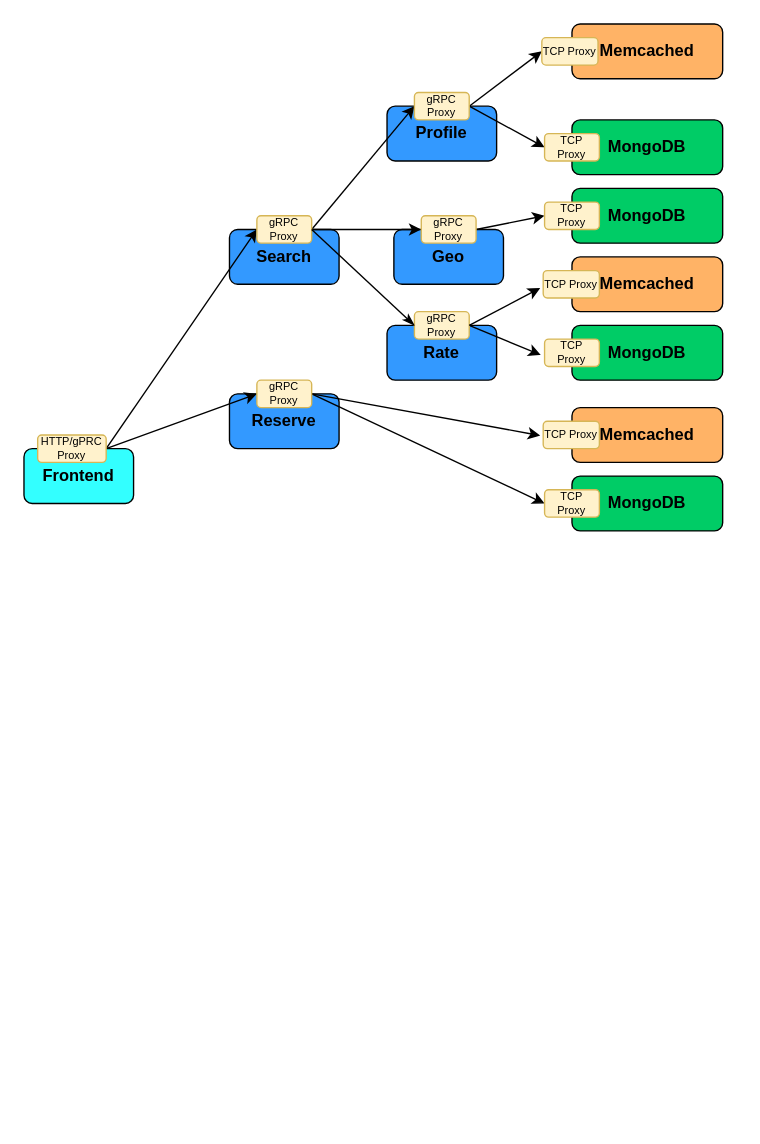
The draw.io diagram hotelReservation/hotel_call_graph.drawio in Romero027/DeathStarBench, before the edit. Source tidied: cells renumbered, new cells numbered last; positions are measured from the earlier drawing's top-left corner, leaving out a move shared by most shapes. Both pictures are drawn from the tidied source at 137%, with x=0, y=0 at pixel (23, 23).
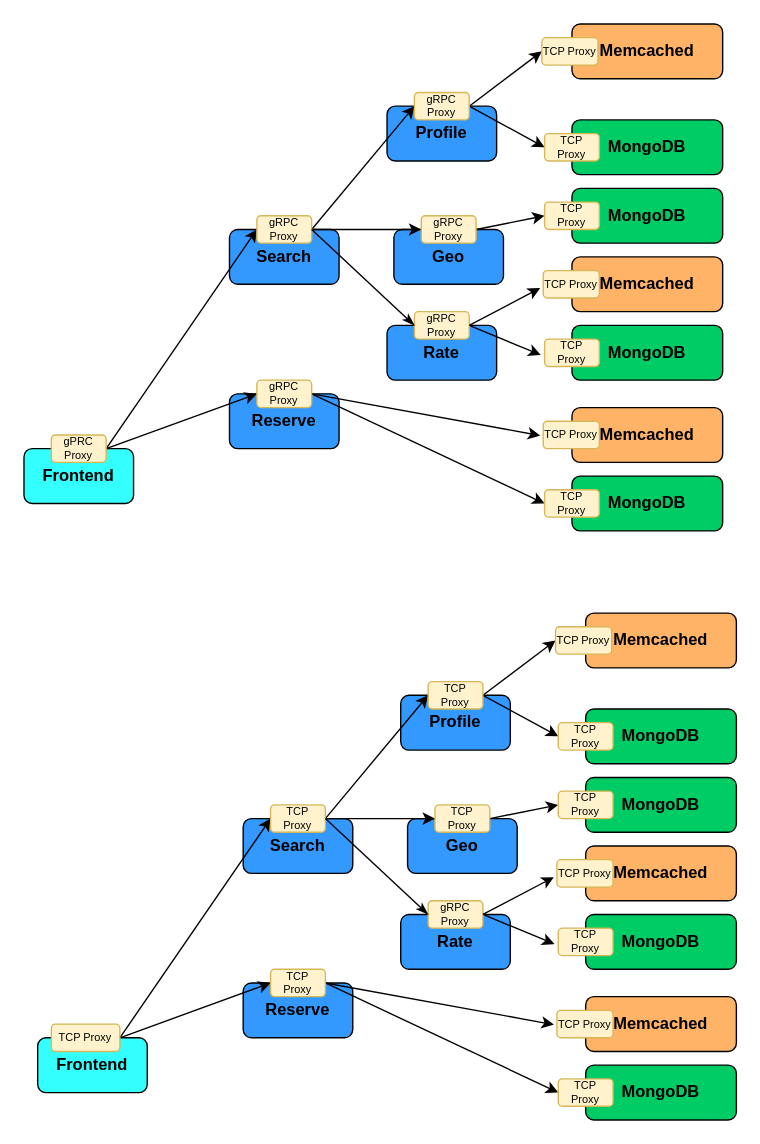
The same page after the edit.

What changed in the source:
```diff
@@
-    <mxCell id="26" value="&lt;font style=&quot;font-size: 8px&quot;&gt;HTTP/gPRC Proxy&lt;/font&gt;" style="rounded=1;whiteSpace=wrap;html=1;fontSize=7;fillColor=#fff2cc;strokeColor=#d6b656;" parent="1" vertex="1">
-      <mxGeometry x="10" y="300" width="50" height="20" as="geometry" />
+    <mxCell id="26" value="&lt;font style=&quot;font-size: 8px&quot;&gt;gPRC &lt;br&gt;Proxy&lt;/font&gt;" style="rounded=1;whiteSpace=wrap;html=1;fontSize=7;fillColor=#fff2cc;strokeColor=#d6b656;" parent="1" vertex="1">
+      <mxGeometry x="20" y="300" width="40" height="20" as="geometry" />
     </mxCell>
@@
+    <mxCell id="41" value="&lt;b&gt;Reserve&lt;/b&gt;" style="rounded=1;whiteSpace=wrap;html=1;fillColor=#3399FF;" parent="1" vertex="1">
+      <mxGeometry x="160" y="700" width="80" height="40" as="geometry" />
+    </mxCell>
+    <mxCell id="42" value="&lt;b&gt;Rate&lt;/b&gt;" style="rounded=1;whiteSpace=wrap;html=1;fillColor=#3399FF;" parent="1" vertex="1">
+      <mxGeometry x="275" y="650" width="80" height="40" as="geometry" />
+    </mxCell>
+    <mxCell id="43" value="&lt;b&gt;Profile&lt;/b&gt;" style="rounded=1;whiteSpace=wrap;html=1;fillColor=#3399FF;" parent="1" vertex="1">
+      <mxGeometry x="275" y="490" width="80" height="40" as="geometry" />
+    </mxCell>
+    <mxCell id="44" value="&lt;b&gt;Geo&lt;/b&gt;" style="rounded=1;whiteSpace=wrap;html=1;fillColor=#3399FF;" parent="1" vertex="1">
+      <mxGeometry x="280" y="580" width="80" height="40" as="geometry" />
+    </mxCell>
+    <mxCell id="45" value="&lt;b&gt;Search&lt;/b&gt;" style="rounded=1;whiteSpace=wrap;html=1;fillColor=#3399FF;" parent="1" vertex="1">
+      <mxGeometry x="160" y="580" width="80" height="40" as="geometry" />
+    </mxCell>
+    <mxCell id="46" style="edgeStyle=none;rounded=0;jettySize=auto;html=1;exitX=0.75;exitY=0;exitDx=0;exitDy=0;entryX=0;entryY=0.5;entryDx=0;entryDy=0;" parent="1" edge="1" source="48" target="67">
+      <mxGeometry relative="1" as="geometry" />
+    </mxCell>
+    <mxCell id="47" style="edgeStyle=none;rounded=0;jettySize=auto;html=1;exitX=0.75;exitY=0;exitDx=0;exitDy=0;entryX=0;entryY=0.5;entryDx=0;entryDy=0;" parent="1" edge="1" source="48" target="66">
+      <mxGeometry relative="1" as="geometry" />
+    </mxCell>
+    <mxCell id="48" value="&lt;b&gt;Frontend&lt;/b&gt;" style="rounded=1;whiteSpace=wrap;html=1;fillColor=#33FFFF;" parent="1" vertex="1">
+      <mxGeometry x="10" y="740" width="80" height="40" as="geometry" />
+    </mxCell>
+    <mxCell id="49" style="rounded=0;jettySize=auto;html=1;exitX=0.75;exitY=0;exitDx=0;exitDy=0;entryX=0;entryY=0.5;entryDx=0;entryDy=0;" parent="1" edge="1" source="45" target="68">
+      <mxGeometry relative="1" as="geometry" />
+    </mxCell>
+    <mxCell id="50" style="edgeStyle=none;rounded=0;jettySize=auto;html=1;exitX=0.75;exitY=0;exitDx=0;exitDy=0;entryX=0;entryY=0.5;entryDx=0;entryDy=0;" parent="1" edge="1" source="45" target="69">
+      <mxGeometry relative="1" as="geometry" />
+    </mxCell>
+    <mxCell id="51" style="edgeStyle=none;rounded=0;jettySize=auto;html=1;entryX=-0.054;entryY=0.52;entryDx=0;entryDy=0;entryPerimeter=0;" parent="1" edge="1" target="78">
+      <mxGeometry relative="1" as="geometry">
+        <mxPoint x="220" y="700" as="sourcePoint" />
+      </mxGeometry>
+    </mxCell>
+    <mxCell id="52" style="edgeStyle=none;rounded=0;jettySize=auto;html=1;exitX=0.75;exitY=0;exitDx=0;exitDy=0;entryX=0;entryY=0.5;entryDx=0;entryDy=0;" parent="1" edge="1" source="41" target="79">
+      <mxGeometry relative="1" as="geometry" />
+    </mxCell>
+    <mxCell id="53" style="edgeStyle=none;rounded=0;jettySize=auto;html=1;exitX=0.75;exitY=0;exitDx=0;exitDy=0;entryX=0;entryY=0.5;entryDx=0;entryDy=0;" parent="1" edge="1" source="43" target="72">
+      <mxGeometry relative="1" as="geometry" />
+    </mxCell>
+    <mxCell id="54" style="edgeStyle=none;rounded=0;jettySize=auto;html=1;exitX=0.75;exitY=0;exitDx=0;exitDy=0;entryX=0;entryY=0.5;entryDx=0;entryDy=0;" parent="1" edge="1" source="43" target="73">
+      <mxGeometry relative="1" as="geometry" />
+    </mxCell>
+    <mxCell id="55" style="edgeStyle=none;rounded=0;jettySize=auto;html=1;exitX=1;exitY=0.5;exitDx=0;exitDy=0;entryX=0;entryY=0.5;entryDx=0;entryDy=0;" parent="1" edge="1" source="69" target="74">
+      <mxGeometry relative="1" as="geometry" />
+    </mxCell>
+    <mxCell id="56" style="edgeStyle=none;rounded=0;jettySize=auto;html=1;exitX=1;exitY=0.5;exitDx=0;exitDy=0;entryX=0;entryY=0.5;entryDx=0;entryDy=0;startArrow=none;" parent="1" edge="1" source="75" target="59">
+      <mxGeometry relative="1" as="geometry" />
+    </mxCell>
+    <mxCell id="57" style="edgeStyle=none;rounded=0;jettySize=auto;html=1;exitX=1;exitY=0.5;exitDx=0;exitDy=0;entryX=-0.07;entryY=0.58;entryDx=0;entryDy=0;entryPerimeter=0;" parent="1" edge="1" source="70" target="77">
+      <mxGeometry relative="1" as="geometry" />
+    </mxCell>
+    <mxCell id="58" value="&lt;b&gt;Memcached&lt;/b&gt;" style="rounded=1;whiteSpace=wrap;html=1;fillColor=#FFB366;" parent="1" vertex="1">
+      <mxGeometry x="410" y="430" width="110" height="40" as="geometry" />
+    </mxCell>
+    <mxCell id="59" value="&lt;b&gt;Memcached&lt;/b&gt;" style="rounded=1;whiteSpace=wrap;html=1;fillColor=#FFB366;" parent="1" vertex="1">
+      <mxGeometry x="410" y="600" width="110" height="40" as="geometry" />
+    </mxCell>
+    <mxCell id="60" value="&lt;b&gt;Memcached&lt;/b&gt;" style="rounded=1;whiteSpace=wrap;html=1;fillColor=#FFB366;" parent="1" vertex="1">
+      <mxGeometry x="410" y="710" width="110" height="40" as="geometry" />
+    </mxCell>
+    <mxCell id="61" value="&lt;b&gt;MongoDB&lt;/b&gt;" style="rounded=1;whiteSpace=wrap;html=1;fillColor=#00CC66;" parent="1" vertex="1">
+      <mxGeometry x="410" y="500" width="110" height="40" as="geometry" />
+    </mxCell>
+    <mxCell id="62" value="&lt;b&gt;MongoDB&lt;/b&gt;" style="rounded=1;whiteSpace=wrap;html=1;fillColor=#00CC66;" parent="1" vertex="1">
+      <mxGeometry x="410" y="550" width="110" height="40" as="geometry" />
+    </mxCell>
+    <mxCell id="63" value="&lt;b&gt;MongoDB&lt;/b&gt;" style="rounded=1;whiteSpace=wrap;html=1;fillColor=#00CC66;" parent="1" vertex="1">
+      <mxGeometry x="410" y="650" width="110" height="40" as="geometry" />
+    </mxCell>
+    <mxCell id="64" value="&lt;b&gt;MongoDB&lt;/b&gt;" style="rounded=1;whiteSpace=wrap;html=1;fillColor=#00CC66;" parent="1" vertex="1">
+      <mxGeometry x="410" y="760" width="110" height="40" as="geometry" />
+    </mxCell>
+    <mxCell id="65" value="&lt;font style=&quot;font-size: 8px&quot;&gt;TCP Proxy&lt;/font&gt;" style="rounded=1;whiteSpace=wrap;html=1;fontSize=7;fillColor=#fff2cc;strokeColor=#d6b656;" parent="1" vertex="1">
+      <mxGeometry x="20" y="730" width="50" height="20" as="geometry" />
+    </mxCell>
+    <mxCell id="66" value="&lt;font style=&quot;font-size: 8px&quot;&gt;TCP Proxy&lt;/font&gt;" style="rounded=1;whiteSpace=wrap;html=1;fontSize=7;fillColor=#fff2cc;strokeColor=#d6b656;" parent="1" vertex="1">
+      <mxGeometry x="180" y="690" width="40" height="20" as="geometry" />
+    </mxCell>
+    <mxCell id="67" value="&lt;font style=&quot;font-size: 8px&quot;&gt;TCP Proxy&lt;/font&gt;" style="rounded=1;whiteSpace=wrap;html=1;fontSize=7;fillColor=#fff2cc;strokeColor=#d6b656;" parent="1" vertex="1">
+      <mxGeometry x="180" y="570" width="40" height="20" as="geometry" />
+    </mxCell>
+    <mxCell id="68" value="&lt;font style=&quot;font-size: 8px&quot;&gt;TCP Proxy&lt;/font&gt;" style="rounded=1;whiteSpace=wrap;html=1;fontSize=7;fillColor=#fff2cc;strokeColor=#d6b656;" parent="1" vertex="1">
+      <mxGeometry x="295" y="480" width="40" height="20" as="geometry" />
+    </mxCell>
+    <mxCell id="69" value="&lt;font style=&quot;font-size: 8px&quot;&gt;TCP Proxy&lt;/font&gt;" style="rounded=1;whiteSpace=wrap;html=1;fontSize=7;fillColor=#fff2cc;strokeColor=#d6b656;" parent="1" vertex="1">
+      <mxGeometry x="300" y="570" width="40" height="20" as="geometry" />
+    </mxCell>
+    <mxCell id="70" value="&lt;font style=&quot;font-size: 8px&quot;&gt;gRPC Proxy&lt;/font&gt;" style="rounded=1;whiteSpace=wrap;html=1;fontSize=7;fillColor=#fff2cc;strokeColor=#d6b656;" parent="1" vertex="1">
+      <mxGeometry x="295" y="640" width="40" height="20" as="geometry" />
+    </mxCell>
+    <mxCell id="71" style="edgeStyle=none;rounded=0;jettySize=auto;html=1;exitX=1;exitY=0.5;exitDx=0;exitDy=0;endArrow=classicThin;entryX=0;entryY=0.5;entryDx=0;entryDy=0;endFill=1;" parent="1" edge="1" source="67" target="70">
+      <mxGeometry relative="1" as="geometry" />
+    </mxCell>
+    <mxCell id="72" value="&lt;font style=&quot;font-size: 8px&quot;&gt;TCP Proxy&lt;/font&gt;" style="rounded=1;whiteSpace=wrap;html=1;fontSize=7;fillColor=#fff2cc;strokeColor=#d6b656;" parent="1" vertex="1">
+      <mxGeometry x="388" y="440" width="41" height="20" as="geometry" />
+    </mxCell>
+    <mxCell id="73" value="&lt;font style=&quot;font-size: 8px&quot;&gt;TCP Proxy&lt;/font&gt;" style="rounded=1;whiteSpace=wrap;html=1;fontSize=7;fillColor=#fff2cc;strokeColor=#d6b656;" parent="1" vertex="1">
+      <mxGeometry x="390" y="510" width="40" height="20" as="geometry" />
+    </mxCell>
+    <mxCell id="74" value="&lt;font style=&quot;font-size: 8px&quot;&gt;TCP Proxy&lt;/font&gt;" style="rounded=1;whiteSpace=wrap;html=1;fontSize=7;fillColor=#fff2cc;strokeColor=#d6b656;" parent="1" vertex="1">
+      <mxGeometry x="390" y="560" width="40" height="20" as="geometry" />
+    </mxCell>
+    <mxCell id="75" value="&lt;font style=&quot;font-size: 8px&quot;&gt;TCP Proxy&lt;/font&gt;" style="rounded=1;whiteSpace=wrap;html=1;fontSize=7;fillColor=#fff2cc;strokeColor=#d6b656;" parent="1" vertex="1">
+      <mxGeometry x="389" y="610" width="41" height="20" as="geometry" />
+    </mxCell>
+    <mxCell id="76" style="edgeStyle=none;rounded=0;jettySize=auto;html=1;exitX=1;exitY=0.5;exitDx=0;exitDy=0;endArrow=classic;entryX=-0.054;entryY=0.64;entryDx=0;entryDy=0;entryPerimeter=0;endFill=1;" parent="1" edge="1" source="70" target="75">
+      <mxGeometry relative="1" as="geometry" />
+    </mxCell>
+    <mxCell id="77" value="&lt;font style=&quot;font-size: 8px&quot;&gt;TCP Proxy&lt;/font&gt;" style="rounded=1;whiteSpace=wrap;html=1;fontSize=7;fillColor=#fff2cc;strokeColor=#d6b656;" parent="1" vertex="1">
+      <mxGeometry x="390" y="660" width="40" height="20" as="geometry" />
+    </mxCell>
+    <mxCell id="78" value="&lt;font style=&quot;font-size: 8px&quot;&gt;TCP Proxy&lt;/font&gt;" style="rounded=1;whiteSpace=wrap;html=1;fontSize=7;fillColor=#fff2cc;strokeColor=#d6b656;" parent="1" vertex="1">
+      <mxGeometry x="389" y="720" width="41" height="20" as="geometry" />
+    </mxCell>
+    <mxCell id="79" value="&lt;font style=&quot;font-size: 8px&quot;&gt;TCP Proxy&lt;/font&gt;" style="rounded=1;whiteSpace=wrap;html=1;fontSize=7;fillColor=#fff2cc;strokeColor=#d6b656;" parent="1" vertex="1">
+      <mxGeometry x="390" y="770" width="40" height="20" as="geometry" />
+    </mxCell>
```
